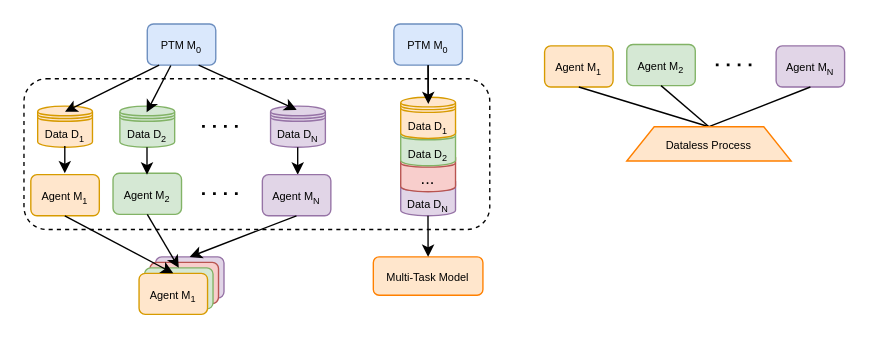
Before: paper_pic/未命名绘图.drawio in ustcchx/PPT_presentation, a draw.io diagram. Source tidied: cells renumbered, new cells numbered last; positions are measured from the earlier drawing's top-left corner, leaving out a move shared by most shapes. Both pictures are drawn from the tidied source at 137%, with x=0, y=0 at pixel (23, 23).
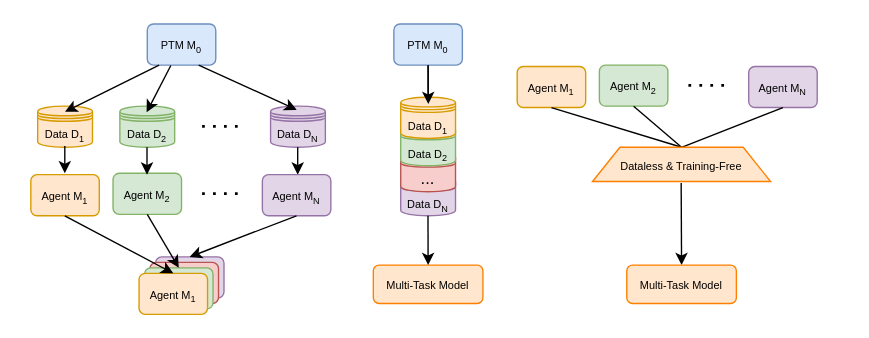
After the change.

Commit message (it also covers changes not shown here):
更新未命名绘图.drawio

Change to the diagram source:
```diff
@@
-    <mxCell id="4" style="rounded=1;whiteSpace=wrap;html=1;strokeColor=default;dashed=1;" parent="1" vertex="1">
-      <mxGeometry y="40" width="340" height="110" as="geometry" />
-    </mxCell>
@@
     <mxCell id="27" value="&lt;font style=&quot;font-size: 8px;&quot;&gt;Agent M&lt;sub&gt;1&lt;/sub&gt;&lt;/font&gt;" style="rounded=1;whiteSpace=wrap;html=1;fillColor=#ffe6cc;strokeColor=#d79b00;gradientColor=none;" parent="1" vertex="1">
-      <mxGeometry x="380" y="16" width="50" height="30" as="geometry" />
+      <mxGeometry x="360" y="31" width="50" height="30" as="geometry" />
     </mxCell>
     <mxCell id="28" value="&lt;font style=&quot;font-size: 8px;&quot;&gt;Agent M&lt;sub&gt;2&lt;/sub&gt;&lt;/font&gt;" style="rounded=1;whiteSpace=wrap;html=1;fillColor=#d5e8d4;strokeColor=#82b366;" parent="1" vertex="1">
-      <mxGeometry x="440" y="15" width="50" height="30" as="geometry" />
+      <mxGeometry x="420" y="30" width="50" height="30" as="geometry" />
     </mxCell>
     <mxCell id="29" style="endArrow=none;dashed=1;html=1;dashPattern=1 3;strokeWidth=2;rounded=0;" parent="1" edge="1">
       <mxGeometry relative="1" as="geometry">
-        <mxPoint x="505" y="29.8" as="sourcePoint" />
-        <mxPoint x="535" y="29.8" as="targetPoint" />
+        <mxPoint x="485" y="44.8" as="sourcePoint" />
+        <mxPoint x="515" y="44.8" as="targetPoint" />
       </mxGeometry>
     </mxCell>
     <mxCell id="30" value="&lt;font style=&quot;font-size: 8px;&quot;&gt;Agent M&lt;sub&gt;N&lt;/sub&gt;&lt;/font&gt;" style="rounded=1;whiteSpace=wrap;html=1;fillColor=#e1d5e7;strokeColor=#9673a6;" parent="1" vertex="1">
-      <mxGeometry x="549" y="16" width="50" height="30" as="geometry" />
+      <mxGeometry x="529" y="31" width="50" height="30" as="geometry" />
     </mxCell>
     <mxCell id="31" style="endArrow=none;html=1;rounded=0;entryX=0.5;entryY=1;entryDx=0;entryDy=0;" parent="1" edge="1" target="27">
       <mxGeometry relative="1" as="geometry">
-        <mxPoint x="500" y="75" as="sourcePoint" />
+        <mxPoint x="480" y="90" as="sourcePoint" />
       </mxGeometry>
     </mxCell>
     <mxCell id="32" style="endArrow=none;html=1;rounded=0;entryX=0.5;entryY=1;entryDx=0;entryDy=0;" parent="1" edge="1" target="28">
       <mxGeometry relative="1" as="geometry">
-        <mxPoint x="500" y="75" as="sourcePoint" />
+        <mxPoint x="480" y="90" as="sourcePoint" />
       </mxGeometry>
     </mxCell>
     <mxCell id="33" style="endArrow=none;html=1;rounded=0;entryX=0.5;entryY=1;entryDx=0;entryDy=0;" parent="1" edge="1" target="30">
       <mxGeometry relative="1" as="geometry">
-        <mxPoint x="500" y="75" as="sourcePoint" />
+        <mxPoint x="480" y="90" as="sourcePoint" />
       </mxGeometry>
     </mxCell>
-    <mxCell id="34" value="&lt;span style=&quot;font-size: 8px;&quot;&gt;Dataless Process&lt;/span&gt;" style="shape=trapezoid;perimeter=trapezoidPerimeter;whiteSpace=wrap;html=1;fixedSize=1;fillColor=#ffe6cc;strokeColor=#FF8000;" parent="1" vertex="1">
-      <mxGeometry x="440" y="75" width="120" height="25" as="geometry" />
+    <mxCell id="34" value="&lt;span style=&quot;font-size: 8px;&quot;&gt;Dataless &amp;amp; Training-Free&lt;/span&gt;" style="shape=trapezoid;perimeter=trapezoidPerimeter;whiteSpace=wrap;html=1;fixedSize=1;fillColor=#ffe6cc;strokeColor=#FF8000;" parent="1" vertex="1">
+      <mxGeometry x="415" y="90" width="130" height="25" as="geometry" />
     </mxCell>
@@
     <mxCell id="40" value="&lt;span style=&quot;font-size: 8px;&quot;&gt;Multi-Task Model&lt;/span&gt;" style="rounded=1;whiteSpace=wrap;html=1;fillColor=#FFE6CC;strokeColor=#FF8000;" parent="1" vertex="1">
-      <mxGeometry x="255" y="170" width="80" height="28" as="geometry" />
+      <mxGeometry x="255" y="176" width="80" height="28" as="geometry" />
     </mxCell>
@@
+    <mxCell id="42" style="endArrow=classic;html=1;rounded=0;exitX=0.5;exitY=1;exitDx=0;exitDy=0;" parent="1" edge="1">
+      <mxGeometry relative="1" as="geometry">
+        <mxPoint x="479.7" y="116" as="sourcePoint" />
+        <mxPoint x="480" y="176" as="targetPoint" />
+      </mxGeometry>
+    </mxCell>
+    <mxCell id="43" value="&lt;span style=&quot;font-size: 8px;&quot;&gt;Multi-Task Model&lt;/span&gt;" style="rounded=1;whiteSpace=wrap;html=1;fillColor=#FFE6CC;strokeColor=#FF8000;" parent="1" vertex="1">
+      <mxGeometry x="440" y="176" width="80" height="28" as="geometry" />
+    </mxCell>
```
